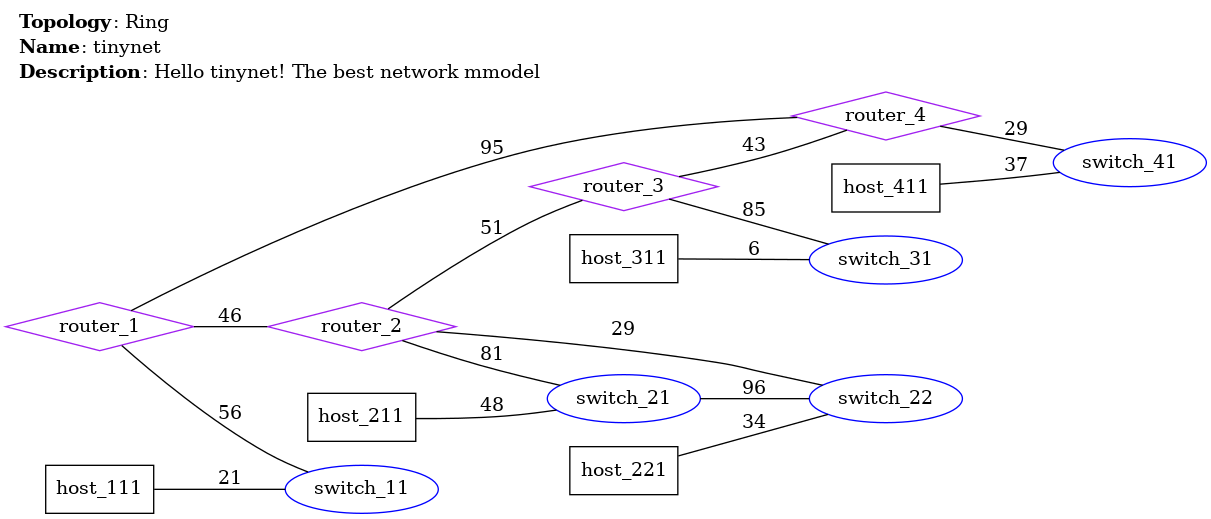
Above: conf/image/net.png in zpnst/tinynet (Graphviz), before the change. Its source is kept beside it as conf/data/net.dot.
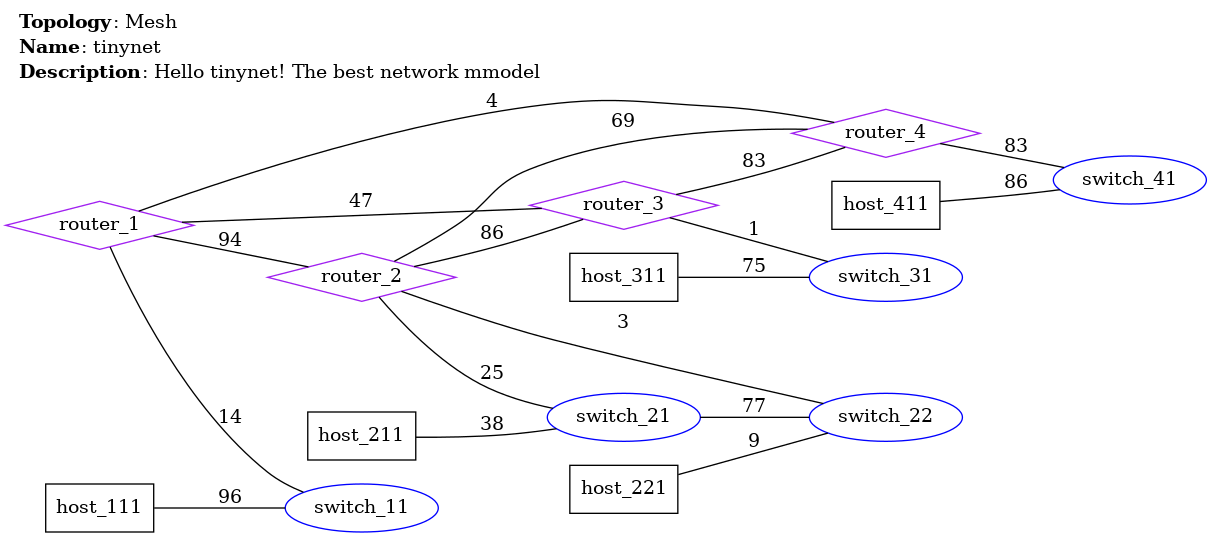
Above is the later version.

The edit, as a diff of the source:
```diff
@@ -4,7 +4,7 @@
     labeljust=left;
     label=<
     <TABLE BORDER="0" CELLBORDER="0" CELLSPACING="0">
-        <TR><TD ALIGN="LEFT"><B>Topology</B>: Ring</TD></TR>
+        <TR><TD ALIGN="LEFT"><B>Topology</B>: Mesh</TD></TR>
         <TR><TD ALIGN="LEFT"><B>Name</B>: tinynet</TD></TR>
         <TR><TD ALIGN="LEFT"><B>Description</B>: Hello tinynet! The best network mmodel</TD></TR>
     </TABLE>
@@ -23,19 +23,21 @@
     "host_221" [shape=box, color=black, label="host_221"];
     "host_311" [shape=box, color=black, label="host_311"];
     "host_411" [shape=box, color=black, label="host_411"];
-    "router_1" -- "router_2" [label="46"];
-    "router_1" -- "router_4" [label="95"];
-    "router_1" -- "switch_11" [label="56"];
-    "router_2" -- "router_3" [label="51"];
-    "router_2" -- "switch_21" [label="81"];
-    "router_2" -- "switch_22" [label="29"];
-    "router_3" -- "router_4" [label="43"];
-    "router_3" -- "switch_31" [label="85"];
-    "router_4" -- "switch_41" [label="29"];
-    "switch_21" -- "switch_22" [label="96"];
-    "host_111" -- "switch_11" [label="21"];
-    "host_211" -- "switch_21" [label="48"];
-    "host_221" -- "switch_22" [label="34"];
-    "host_311" -- "switch_31" [label="6"];
-    "host_411" -- "switch_41" [label="37"];
+    "router_1" -- "router_2" [label="94"];
+    "router_1" -- "router_3" [label="47"];
+    "router_1" -- "router_4" [label="4"];
+    "router_1" -- "switch_11" [label="14"];
+    "router_2" -- "router_3" [label="86"];
+    "router_2" -- "router_4" [label="69"];
+    "router_2" -- "switch_21" [label="25"];
+    "router_2" -- "switch_22" [label="3"];
+    "router_3" -- "router_4" [label="83"];
+    "router_3" -- "switch_31" [label="1"];
+    "router_4" -- "switch_41" [label="83"];
+    "switch_21" -- "switch_22" [label="77"];
+    "host_111" -- "switch_11" [label="96"];
+    "host_211" -- "switch_21" [label="38"];
+    "host_221" -- "switch_22" [label="9"];
+    "host_311" -- "switch_31" [label="75"];
+    "host_411" -- "switch_41" [label="86"];
 }
```
